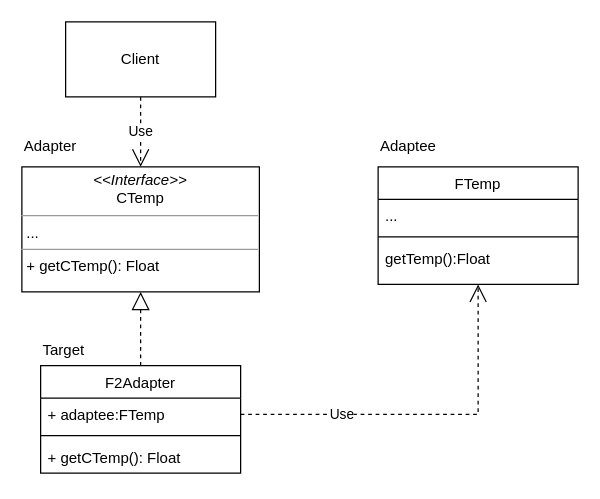
The draw.io diagram page "适配器模式-对象适配器" (2 of 3) of stdlib/doc/img/DP.drawio in Hynsn/NdkTab, before the edit. Source tidied: cells renumbered, new cells numbered last; positions are measured from the earlier drawing's top-left corner, leaving out a move shared by most shapes. Both pictures are drawn from the tidied source at 125%, with x=0, y=0 at pixel (21, 21).
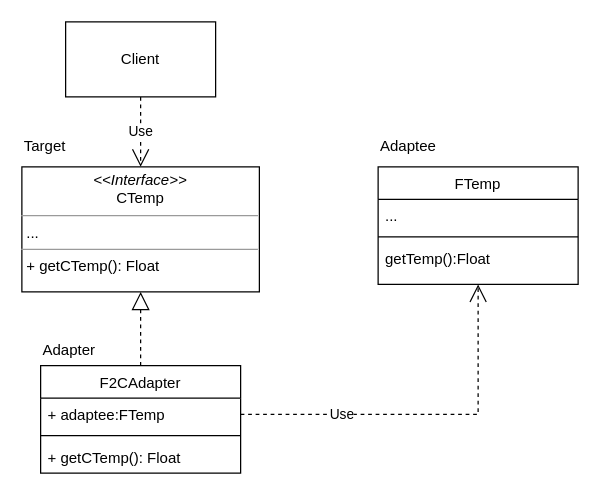
After the change.

Commit message (it also covers changes not shown here):
replace Adapter img

The edit, as a diff of the source:
```diff
@@
 <mxGraphModel>
   <root>
     <mxCell id="0" />
     <mxCell id="1" parent="0" />
     <mxCell id="2" value="FTemp" style="swimlane;fontStyle=0;align=center;verticalAlign=top;horizontal=1;startSize=26;rounded=0;shadow=0;strokeWidth=1;" parent="1" vertex="1">
       <mxGeometry x="285" y="116" width="160" height="94" as="geometry" />
     </mxCell>
     <mxCell id="3" value="..." style="text;align=left;verticalAlign=top;spacingLeft=4;spacingRight=4;overflow=hidden;rounded=0;shadow=0;html=0;" parent="2" vertex="1">
       <mxGeometry y="26" width="160" height="26" as="geometry" />
     </mxCell>
     <mxCell id="4" style="line;html=1;strokeWidth=1;align=left;verticalAlign=middle;spacingTop=-1;spacingLeft=3;spacingRight=3;labelPosition=right;" parent="2" vertex="1">
       <mxGeometry y="52" width="160" height="8" as="geometry" />
     </mxCell>
     <mxCell id="5" value="getTemp():Float" style="text;align=left;verticalAlign=top;spacingLeft=4;spacingRight=4;overflow=hidden;" parent="2" vertex="1">
       <mxGeometry y="60" width="160" height="26" as="geometry" />
     </mxCell>
     <mxCell id="6" value="Client" style="rounded=0;whiteSpace=wrap;html=1;" parent="1" vertex="1">
       <mxGeometry x="35" width="120" height="60" as="geometry" />
     </mxCell>
     <mxCell id="7" value="Use" style="endArrow=open;endSize=12;dashed=1;html=1;rounded=0;exitX=0.5;exitY=1;exitDx=0;exitDy=0;entryX=0.5;entryY=0;entryDx=0;entryDy=0;" parent="1" edge="1" source="6" target="8">
       <mxGeometry relative="1" as="geometry" />
     </mxCell>
     <mxCell id="8" value="&lt;p style=&quot;margin:0px;margin-top:4px;text-align:center;&quot;&gt;&lt;i&gt;&amp;lt;&amp;lt;Interface&amp;gt;&amp;gt;&lt;/i&gt;&lt;br&gt;CTemp&lt;/p&gt;&lt;hr size=&quot;1&quot;&gt;&lt;p style=&quot;margin:0px;margin-left:4px;&quot;&gt;...&lt;/p&gt;&lt;hr size=&quot;1&quot;&gt;&lt;p style=&quot;margin:0px;margin-left:4px;&quot;&gt;+ getCTemp(): Float&lt;br&gt;&lt;/p&gt;" style="verticalAlign=top;align=left;overflow=fill;fontSize=12;fontFamily=Helvetica;html=1;" parent="1" vertex="1">
       <mxGeometry y="116" width="190" height="100" as="geometry" />
     </mxCell>
-    <mxCell id="9" value="F2Adapter" style="swimlane;fontStyle=0;align=center;verticalAlign=top;horizontal=1;startSize=26;" parent="1" vertex="1">
+    <mxCell id="9" value="F2CAdapter" style="swimlane;fontStyle=0;align=center;verticalAlign=top;horizontal=1;startSize=26;" parent="1" vertex="1">
       <mxGeometry x="15" y="275" width="160" height="86" as="geometry" />
     </mxCell>
     <mxCell id="10" value="+ adaptee:FTemp" style="text;strokeColor=none;fillColor=none;align=left;verticalAlign=top;spacingLeft=4;spacingRight=4;overflow=hidden;points=[[0,0.5],[1,0.5]];portConstraint=eastwest;" parent="9" vertex="1">
       <mxGeometry y="26" width="160" height="26" as="geometry" />
     </mxCell>
     <mxCell id="11" style="line;strokeWidth=1;fillColor=none;align=left;verticalAlign=middle;spacingTop=-1;spacingLeft=3;spacingRight=3;labelPosition=right;strokeColor=inherit;" parent="9" vertex="1">
       <mxGeometry y="52" width="160" height="8" as="geometry" />
     </mxCell>
     <mxCell id="12" value="+ getCTemp(): Float" style="text;strokeColor=none;fillColor=none;align=left;verticalAlign=top;spacingLeft=4;spacingRight=4;overflow=hidden;" parent="9" vertex="1">
       <mxGeometry y="60" width="160" height="26" as="geometry" />
     </mxCell>
     <mxCell id="13" style="endArrow=block;dashed=1;endFill=0;endSize=12;html=1;rounded=0;strokeColor=default;entryX=0.5;entryY=1;entryDx=0;entryDy=0;exitX=0.5;exitY=0;exitDx=0;exitDy=0;edgeStyle=orthogonalEdgeStyle;" parent="1" edge="1" source="9" target="8">
       <mxGeometry relative="1" as="geometry" />
     </mxCell>
-    <mxCell id="14" value="Target" style="rounded=0;whiteSpace=wrap;html=1;strokeColor=none;align=left;" parent="1" vertex="1">
+    <mxCell id="14" value="Adapter" style="rounded=0;whiteSpace=wrap;html=1;strokeColor=none;align=left;" parent="1" vertex="1">
       <mxGeometry x="15" y="255" width="60" height="15" as="geometry" />
     </mxCell>
-    <mxCell id="15" value="Adapter" style="rounded=0;whiteSpace=wrap;html=1;strokeColor=none;align=left;" parent="1" vertex="1">
+    <mxCell id="15" value="Target" style="rounded=0;whiteSpace=wrap;html=1;strokeColor=none;align=left;" parent="1" vertex="1">
       <mxGeometry y="92" width="80" height="15" as="geometry" />
     </mxCell>
     <mxCell id="16" value="Adaptee" style="rounded=0;whiteSpace=wrap;html=1;strokeColor=none;align=left;" parent="1" vertex="1">
       <mxGeometry x="285" y="90" width="120" height="19" as="geometry" />
     </mxCell>
     <mxCell id="17" value="Use" style="endArrow=open;endSize=12;dashed=1;html=1;rounded=0;strokeColor=default;exitX=1;exitY=0.5;exitDx=0;exitDy=0;entryX=0.5;entryY=1;entryDx=0;entryDy=0;edgeStyle=orthogonalEdgeStyle;" parent="1" edge="1" source="10" target="2">
       <mxGeometry x="-0.45" relative="1" as="geometry" />
     </mxCell>
   </root>
 </mxGraphModel>
```
